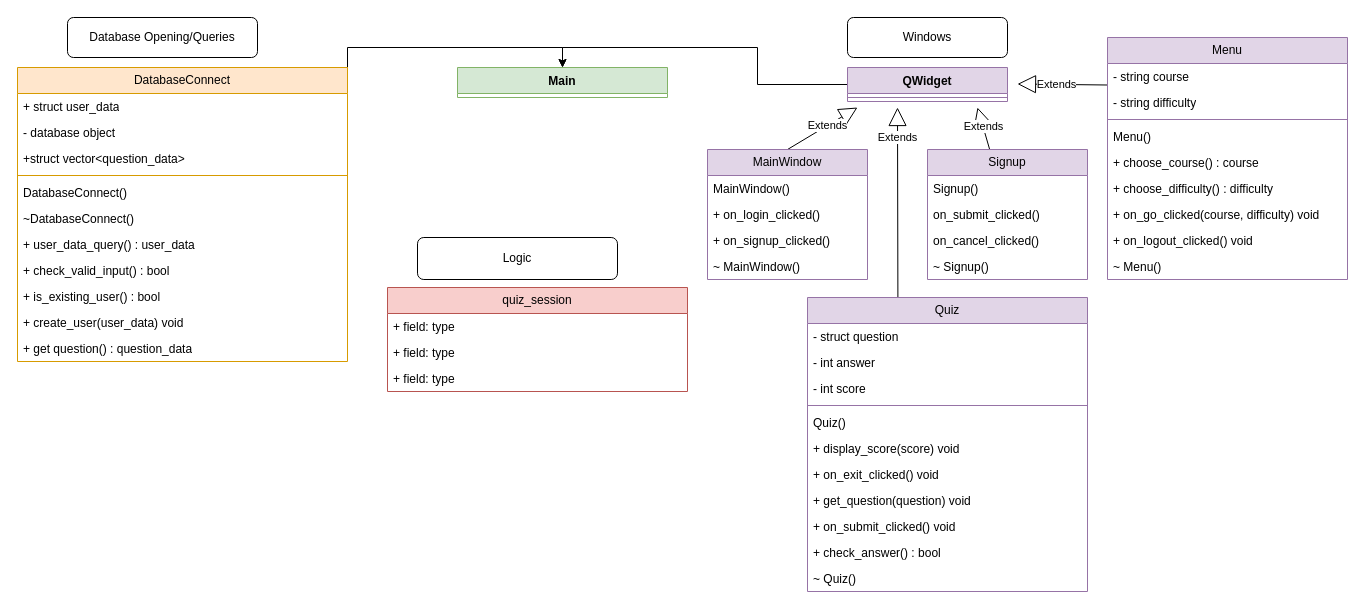
The draw.io diagram classes.drawio in MarkHCrawford/cspall.honorsproject, before the edit. Source tidied: cells renumbered, new cells numbered last; positions are measured from the earlier drawing's top-left corner, leaving out a move shared by most shapes. Both pictures are drawn from the tidied source at 100%, with x=0, y=0 at pixel (17, 17).
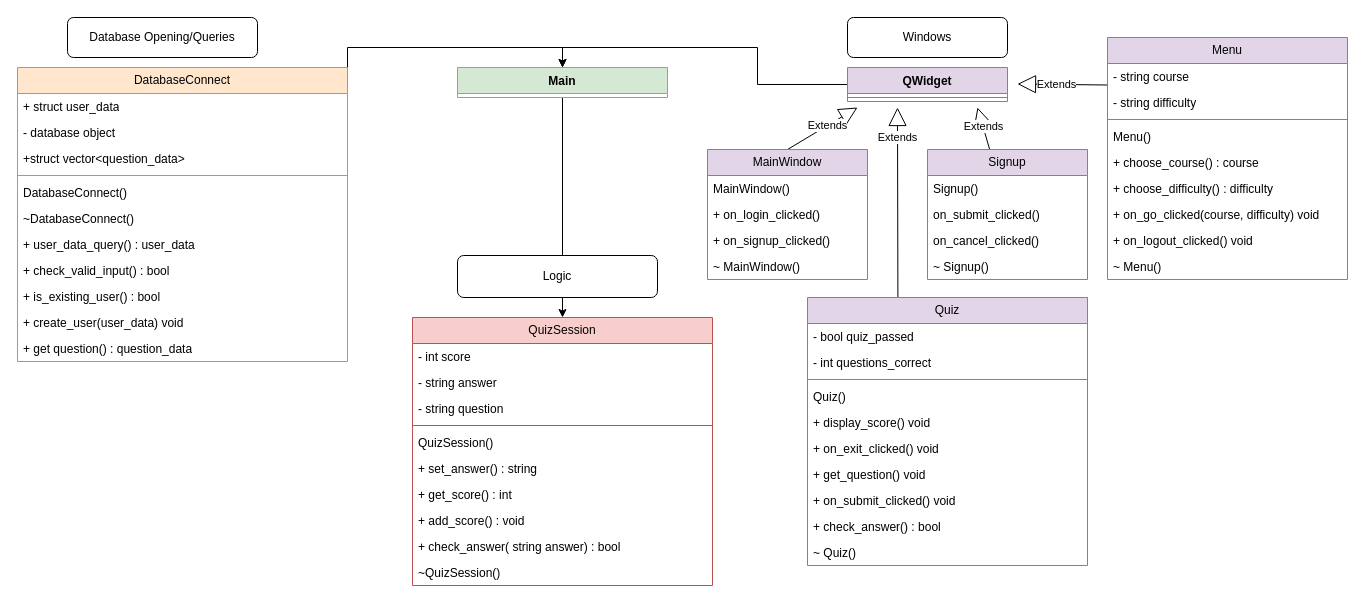
The same diagram, later.

Unchanged cells that the change refers to:
```xml
<mxCell id="2" value="Main" style="swimlane;fontStyle=1;align=center;verticalAlign=top;horizontal=1;startSize=26;whiteSpace=wrap;html=1;fillColor=#d5e8d4;strokeColor=#82b366;" parent="1" vertex="1">
  <mxGeometry x="440" y="50" width="210" height="30" as="geometry" />
</mxCell>
```

What changed in the source:
```diff
@@
+    <mxCell id="62" style="edgeStyle=orthogonalEdgeStyle;rounded=0;jettySize=auto;html=1;exitX=0.5;exitY=1;exitDx=0;exitDy=0;" parent="1" edge="1" source="2" target="57">
+      <mxGeometry relative="1" as="geometry" />
+    </mxCell>
@@
     <mxCell id="31" value="Quiz" style="swimlane;fontStyle=0;horizontal=1;startSize=26;fillColor=#e1d5e7;whiteSpace=wrap;html=1;strokeColor=#9673a6;" parent="1" vertex="1">
-      <mxGeometry x="790" y="280" width="280" height="294" as="geometry" />
+      <mxGeometry x="790" y="280" width="280" height="268" as="geometry" />
     </mxCell>
-    <mxCell id="32" value="- struct question" style="text;strokeColor=none;fillColor=none;align=left;verticalAlign=top;spacingLeft=4;spacingRight=4;overflow=hidden;whiteSpace=wrap;html=1;" parent="31" vertex="1">
-      <mxGeometry y="26" width="280" height="26" as="geometry" />
-    </mxCell>
-    <mxCell id="33" value="- int answer" style="text;strokeColor=none;fillColor=none;align=left;verticalAlign=top;spacingLeft=4;spacingRight=4;overflow=hidden;whiteSpace=wrap;html=1;" parent="31" vertex="1">
-      <mxGeometry y="52" width="280" height="26" as="geometry" />
+    <mxCell id="33" value="- bool quiz_passed" style="text;strokeColor=none;fillColor=none;align=left;verticalAlign=top;spacingLeft=4;spacingRight=4;overflow=hidden;whiteSpace=wrap;html=1;" parent="31" vertex="1">
+      <mxGeometry y="26" width="280" height="26" as="geometry" />
     </mxCell>
-    <mxCell id="34" value="- int score" style="text;strokeColor=none;fillColor=none;align=left;verticalAlign=top;spacingLeft=4;spacingRight=4;overflow=hidden;whiteSpace=wrap;html=1;" parent="31" vertex="1">
-      <mxGeometry y="78" width="280" height="26" as="geometry" />
-    </mxCell>
+    <mxCell id="63" value="- int questions_correct" style="text;strokeColor=none;fillColor=none;align=left;verticalAlign=top;spacingLeft=4;spacingRight=4;overflow=hidden;whiteSpace=wrap;html=1;" parent="31" vertex="1">
+      <mxGeometry y="52" width="280" height="26" as="geometry" />
+    </mxCell>
     <mxCell id="35" style="line;strokeWidth=1;fillColor=none;align=left;verticalAlign=middle;spacingTop=-1;spacingLeft=3;spacingRight=3;labelPosition=right;strokeColor=inherit;" parent="31" vertex="1">
-      <mxGeometry y="104" width="280" height="8" as="geometry" />
+      <mxGeometry y="78" width="280" height="8" as="geometry" />
     </mxCell>
     <mxCell id="36" value="Quiz()" style="text;strokeColor=none;fillColor=none;align=left;verticalAlign=top;spacingLeft=4;spacingRight=4;overflow=hidden;whiteSpace=wrap;html=1;" parent="31" vertex="1">
-      <mxGeometry y="112" width="280" height="26" as="geometry" />
+      <mxGeometry y="86" width="280" height="26" as="geometry" />
     </mxCell>
-    <mxCell id="37" value="+ display_score(score) void" style="text;strokeColor=none;fillColor=none;align=left;verticalAlign=top;spacingLeft=4;spacingRight=4;overflow=hidden;whiteSpace=wrap;html=1;" parent="31" vertex="1">
-      <mxGeometry y="138" width="280" height="26" as="geometry" />
+    <mxCell id="37" value="+ display_score() void" style="text;strokeColor=none;fillColor=none;align=left;verticalAlign=top;spacingLeft=4;spacingRight=4;overflow=hidden;whiteSpace=wrap;html=1;" parent="31" vertex="1">
+      <mxGeometry y="112" width="280" height="26" as="geometry" />
     </mxCell>
     <mxCell id="38" value="+ on_exit_clicked() void" style="text;strokeColor=none;fillColor=none;align=left;verticalAlign=top;spacingLeft=4;spacingRight=4;overflow=hidden;whiteSpace=wrap;html=1;" parent="31" vertex="1">
-      <mxGeometry y="164" width="280" height="26" as="geometry" />
+      <mxGeometry y="138" width="280" height="26" as="geometry" />
     </mxCell>
-    <mxCell id="39" value="+ get_question(question) void" style="text;strokeColor=none;fillColor=none;align=left;verticalAlign=top;spacingLeft=4;spacingRight=4;overflow=hidden;whiteSpace=wrap;html=1;" parent="31" vertex="1">
-      <mxGeometry y="190" width="280" height="26" as="geometry" />
+    <mxCell id="39" value="+ get_question() void" style="text;strokeColor=none;fillColor=none;align=left;verticalAlign=top;spacingLeft=4;spacingRight=4;overflow=hidden;whiteSpace=wrap;html=1;" parent="31" vertex="1">
+      <mxGeometry y="164" width="280" height="26" as="geometry" />
     </mxCell>
     <mxCell id="40" value="+ on_submit_clicked() void" style="text;strokeColor=none;fillColor=none;align=left;verticalAlign=top;spacingLeft=4;spacingRight=4;overflow=hidden;whiteSpace=wrap;html=1;" parent="31" vertex="1">
-      <mxGeometry y="216" width="280" height="26" as="geometry" />
+      <mxGeometry y="190" width="280" height="26" as="geometry" />
     </mxCell>
     <mxCell id="41" value="+ check_answer() : bool" style="text;strokeColor=none;fillColor=none;align=left;verticalAlign=top;spacingLeft=4;spacingRight=4;overflow=hidden;whiteSpace=wrap;html=1;" parent="31" vertex="1">
-      <mxGeometry y="242" width="280" height="26" as="geometry" />
+      <mxGeometry y="216" width="280" height="26" as="geometry" />
     </mxCell>
     <mxCell id="42" value="~ Quiz()" style="text;strokeColor=none;fillColor=none;align=left;verticalAlign=top;spacingLeft=4;spacingRight=4;overflow=hidden;whiteSpace=wrap;html=1;" parent="31" vertex="1">
-      <mxGeometry y="268" width="280" height="26" as="geometry" />
+      <mxGeometry y="242" width="280" height="26" as="geometry" />
     </mxCell>
@@
-    <mxCell id="57" value="quiz_session" style="swimlane;fontStyle=0;horizontal=1;startSize=26;fillColor=#f8cecc;whiteSpace=wrap;html=1;strokeColor=#b85450;" parent="1" vertex="1">
-      <mxGeometry x="370" y="270" width="300" height="104" as="geometry" />
+    <mxCell id="57" value="QuizSession" style="swimlane;fontStyle=0;horizontal=1;startSize=26;fillColor=#f8cecc;whiteSpace=wrap;html=1;strokeColor=#b85450;" parent="1" vertex="1">
+      <mxGeometry x="395" y="300" width="300" height="268" as="geometry" />
     </mxCell>
-    <mxCell id="58" value="+ field: type" style="text;strokeColor=none;fillColor=none;align=left;verticalAlign=top;spacingLeft=4;spacingRight=4;overflow=hidden;whiteSpace=wrap;html=1;" parent="57" vertex="1">
-      <mxGeometry y="26" width="300" height="26" as="geometry" />
-    </mxCell>
-    <mxCell id="59" value="+ field: type" style="text;strokeColor=none;fillColor=none;align=left;verticalAlign=top;spacingLeft=4;spacingRight=4;overflow=hidden;whiteSpace=wrap;html=1;" parent="57" vertex="1">
-      <mxGeometry y="52" width="300" height="26" as="geometry" />
+    <mxCell id="59" value="- int score" style="text;strokeColor=none;fillColor=none;align=left;verticalAlign=top;spacingLeft=4;spacingRight=4;overflow=hidden;whiteSpace=wrap;html=1;" parent="57" vertex="1">
+      <mxGeometry y="26" width="300" height="26" as="geometry" />
     </mxCell>
+    <mxCell id="64" value="- string answer" style="text;strokeColor=none;fillColor=none;align=left;verticalAlign=top;spacingLeft=4;spacingRight=4;overflow=hidden;whiteSpace=wrap;html=1;" parent="57" vertex="1">
+      <mxGeometry y="52" width="300" height="26" as="geometry" />
+    </mxCell>
+    <mxCell id="65" value="- string question" style="text;strokeColor=none;fillColor=none;align=left;verticalAlign=top;spacingLeft=4;spacingRight=4;overflow=hidden;whiteSpace=wrap;html=1;" parent="57" vertex="1">
+      <mxGeometry y="78" width="300" height="26" as="geometry" />
+    </mxCell>
+    <mxCell id="66" style="line;strokeWidth=1;fillColor=none;align=left;verticalAlign=middle;spacingTop=-1;spacingLeft=3;spacingRight=3;labelPosition=right;strokeColor=inherit;" parent="57" vertex="1">
+      <mxGeometry y="104" width="300" height="8" as="geometry" />
+    </mxCell>
+    <mxCell id="67" value="QuizSession()" style="text;strokeColor=none;fillColor=none;align=left;verticalAlign=top;spacingLeft=4;spacingRight=4;overflow=hidden;whiteSpace=wrap;html=1;" parent="57" vertex="1">
+      <mxGeometry y="112" width="300" height="26" as="geometry" />
+    </mxCell>
+    <mxCell id="68" value="+ set_answer() : string" style="text;strokeColor=none;fillColor=none;align=left;verticalAlign=top;spacingLeft=4;spacingRight=4;overflow=hidden;whiteSpace=wrap;html=1;" parent="57" vertex="1">
+      <mxGeometry y="138" width="300" height="26" as="geometry" />
+    </mxCell>
+    <mxCell id="69" value="+ get_score() : int" style="text;strokeColor=none;fillColor=none;align=left;verticalAlign=top;spacingLeft=4;spacingRight=4;overflow=hidden;whiteSpace=wrap;html=1;" parent="57" vertex="1">
+      <mxGeometry y="164" width="300" height="26" as="geometry" />
+    </mxCell>
+    <mxCell id="70" value="+ add_score() : void" style="text;strokeColor=none;fillColor=none;align=left;verticalAlign=top;spacingLeft=4;spacingRight=4;overflow=hidden;whiteSpace=wrap;html=1;" parent="57" vertex="1">
+      <mxGeometry y="190" width="300" height="26" as="geometry" />
+    </mxCell>
-    <mxCell id="60" value="+ field: type" style="text;strokeColor=none;fillColor=none;align=left;verticalAlign=top;spacingLeft=4;spacingRight=4;overflow=hidden;whiteSpace=wrap;html=1;" parent="57" vertex="1">
-      <mxGeometry y="78" width="300" height="26" as="geometry" />
+    <mxCell id="60" value="+ check_answer( string answer) : bool" style="text;strokeColor=none;fillColor=none;align=left;verticalAlign=top;spacingLeft=4;spacingRight=4;overflow=hidden;whiteSpace=wrap;html=1;" parent="57" vertex="1">
+      <mxGeometry y="216" width="300" height="26" as="geometry" />
     </mxCell>
+    <mxCell id="71" value="~QuizSession()" style="text;strokeColor=none;fillColor=none;align=left;verticalAlign=top;spacingLeft=4;spacingRight=4;overflow=hidden;whiteSpace=wrap;html=1;" parent="57" vertex="1">
+      <mxGeometry y="242" width="300" height="26" as="geometry" />
+    </mxCell>
     <mxCell id="61" value="Logic" style="rounded=1;whiteSpace=wrap;html=1;" parent="1" vertex="1">
-      <mxGeometry x="400" y="220" width="200" height="42" as="geometry" />
+      <mxGeometry x="440" y="238" width="200" height="42" as="geometry" />
     </mxCell>
```
